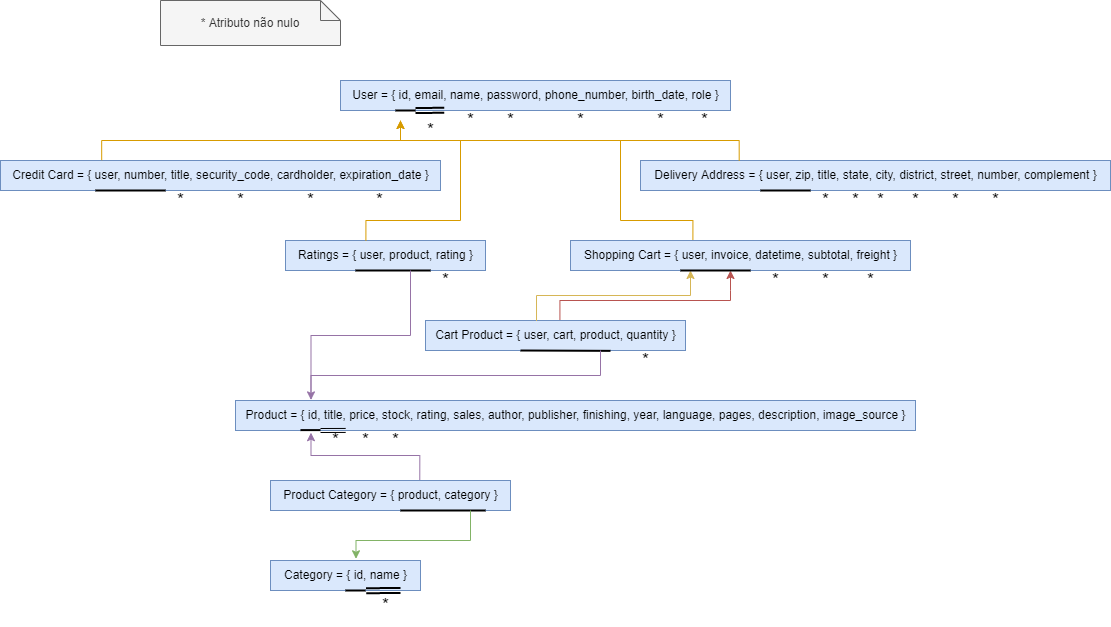
Above: github/MR.png in jlrconstantino/bookstore-ecommerce (draw.io), before the change. Source tidied: cells renumbered, new cells last; positions are measured from the earlier drawing's top-left corner, leaving out a move shared by most shapes.
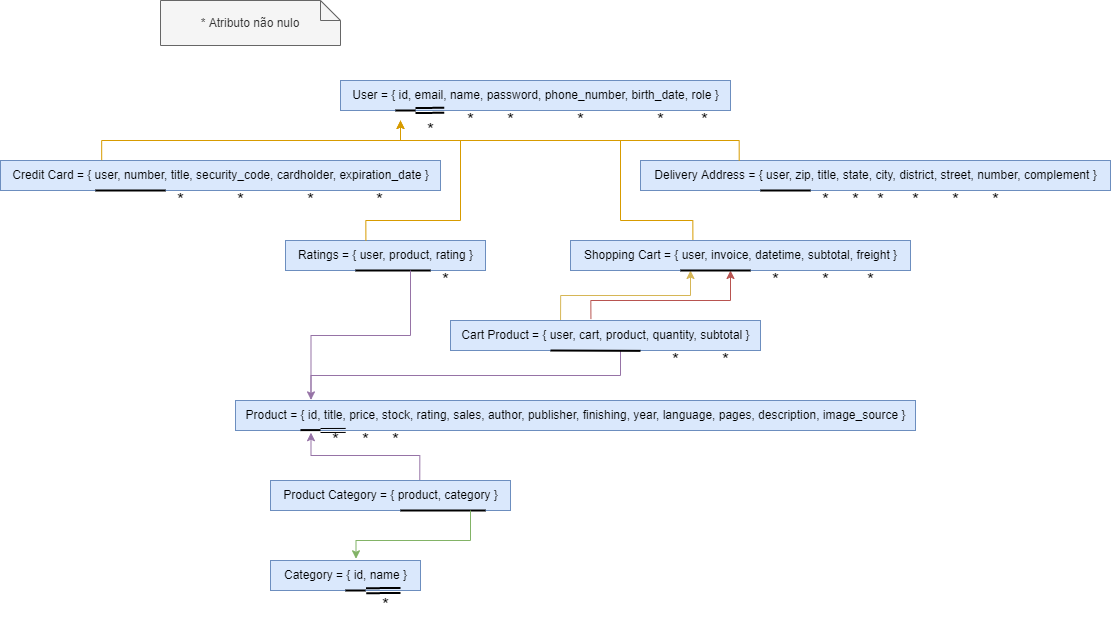
The same diagram one commit later.

Diff of the diagram source:
```diff
@@ -139,39 +139,23 @@
         </Array>
       </mxGeometry>
     </mxCell>
-    <mxCell id="37" style="group;" parent="1" vertex="1">
-      <mxGeometry x="425" y="320" width="260" height="60" as="geometry" />
-    </mxCell>
-    <mxCell id="38" value="Cart Product = { user, cart, product, quantity }" style="text;html=1;align=center;verticalAlign=middle;points=[];strokeColor=#6c8ebf;fillColor=#dae8fc;fontSize=12;" parent="37" vertex="1">
-      <mxGeometry width="260" height="30" as="geometry" />
-    </mxCell>
-    <mxCell id="39" style="endArrow=none;html=1;rounded=0;strokeWidth=2;" parent="37" edge="1">
-      <mxGeometry relative="1" as="geometry">
-        <mxPoint x="95" y="30" as="sourcePoint" />
-        <mxPoint x="185" y="30.4" as="targetPoint" />
-      </mxGeometry>
-    </mxCell>
-    <mxCell id="40" value="*" style="text;html=1;align=center;verticalAlign=middle;strokeColor=none;fillColor=none;fontSize=18;" parent="37" vertex="1">
-      <mxGeometry x="205" y="20" width="30" height="40" as="geometry" />
-    </mxCell>
-    <mxCell id="41" style="endArrow=classic;startArrow=none;html=1;rounded=0;fontSize=12;strokeWidth=1;startFill=0;exitX=0.427;exitY=0.017;exitDx=0;exitDy=0;exitPerimeter=0;fillColor=#fff2cc;strokeColor=#d6b656;edgeStyle=orthogonalEdgeStyle;" parent="1" edge="1" source="38">
+    <mxCell id="41" style="endArrow=classic;startArrow=none;html=1;rounded=0;fontSize=12;strokeWidth=1;startFill=0;exitX=0.355;exitY=-0.016;exitDx=0;exitDy=0;exitPerimeter=0;fillColor=#fff2cc;strokeColor=#d6b656;edgeStyle=orthogonalEdgeStyle;" parent="1" edge="1" source="38">
       <mxGeometry relative="1" as="geometry">
         <mxPoint x="690" y="270" as="targetPoint" />
       </mxGeometry>
     </mxCell>
-    <mxCell id="42" style="endArrow=classic;startArrow=none;html=1;rounded=0;fontSize=12;strokeWidth=1;exitX=0.517;exitY=-0.017;exitDx=0;exitDy=0;exitPerimeter=0;edgeStyle=orthogonalEdgeStyle;fillColor=#f8cecc;strokeColor=#b85450;startFill=0;" parent="1" edge="1" source="38">
+    <mxCell id="42" style="endArrow=classic;startArrow=none;html=1;rounded=0;fontSize=12;strokeWidth=1;exitX=0.453;exitY=-0.048;exitDx=0;exitDy=0;exitPerimeter=0;edgeStyle=orthogonalEdgeStyle;fillColor=#f8cecc;strokeColor=#b85450;startFill=0;" parent="1" edge="1" source="38">
       <mxGeometry relative="1" as="geometry">
         <mxPoint x="730" y="270" as="targetPoint" />
         <Array as="points">
-          <mxPoint x="559" y="300" />
+          <mxPoint x="590" y="300" />
           <mxPoint x="730" y="300" />
-          <mxPoint x="730" y="290" />
         </Array>
       </mxGeometry>
     </mxCell>
     <mxCell id="43" style="endArrow=none;startArrow=classic;html=1;rounded=0;fontSize=12;strokeWidth=1;exitX=0.111;exitY=-0.02;exitDx=0;exitDy=0;exitPerimeter=0;edgeStyle=orthogonalEdgeStyle;fillColor=#e1d5e7;strokeColor=#9673a6;endFill=0;" parent="1" edge="1" source="54">
       <mxGeometry relative="1" as="geometry">
-        <mxPoint x="600" y="350" as="targetPoint" />
+        <mxPoint x="620" y="350" as="targetPoint" />
       </mxGeometry>
     </mxCell>
     <mxCell id="44" style="endArrow=none;startArrow=none;html=1;rounded=0;fontSize=12;strokeWidth=1;fillColor=#e1d5e7;strokeColor=#9673a6;exitX=0.111;exitY=-0.06;exitDx=0;exitDy=0;exitPerimeter=0;endFill=0;edgeStyle=orthogonalEdgeStyle;startFill=0;" parent="1" edge="1" source="54">
@@ -265,5 +249,20 @@
     <mxCell id="65" value="*" style="text;html=1;align=center;verticalAlign=middle;strokeColor=none;fillColor=none;fontSize=18;" parent="1" vertex="1">
       <mxGeometry x="855" y="260" width="30" height="40" as="geometry" />
     </mxCell>
+    <mxCell id="38" value="Cart Product = { user, cart, product, quantity, subtotal }" style="text;html=1;align=center;verticalAlign=middle;points=[];strokeColor=#6c8ebf;fillColor=#dae8fc;fontSize=12;" parent="1" vertex="1">
+      <mxGeometry x="450" y="320" width="310" height="30" as="geometry" />
+    </mxCell>
+    <mxCell id="39" style="endArrow=none;html=1;rounded=0;strokeWidth=2;" parent="1" edge="1">
+      <mxGeometry relative="1" as="geometry">
+        <mxPoint x="550" y="350" as="sourcePoint" />
+        <mxPoint x="640" y="350.4" as="targetPoint" />
+      </mxGeometry>
+    </mxCell>
+    <mxCell id="40" value="*" style="text;html=1;align=center;verticalAlign=middle;strokeColor=none;fillColor=none;fontSize=18;" parent="1" vertex="1">
+      <mxGeometry x="660" y="340" width="30" height="40" as="geometry" />
+    </mxCell>
+    <mxCell id="66" value="*" style="text;html=1;align=center;verticalAlign=middle;strokeColor=none;fillColor=none;fontSize=18;" parent="1" vertex="1">
+      <mxGeometry x="710" y="340" width="30" height="40" as="geometry" />
+    </mxCell>
   </root>
 </mxGraphModel>
```
